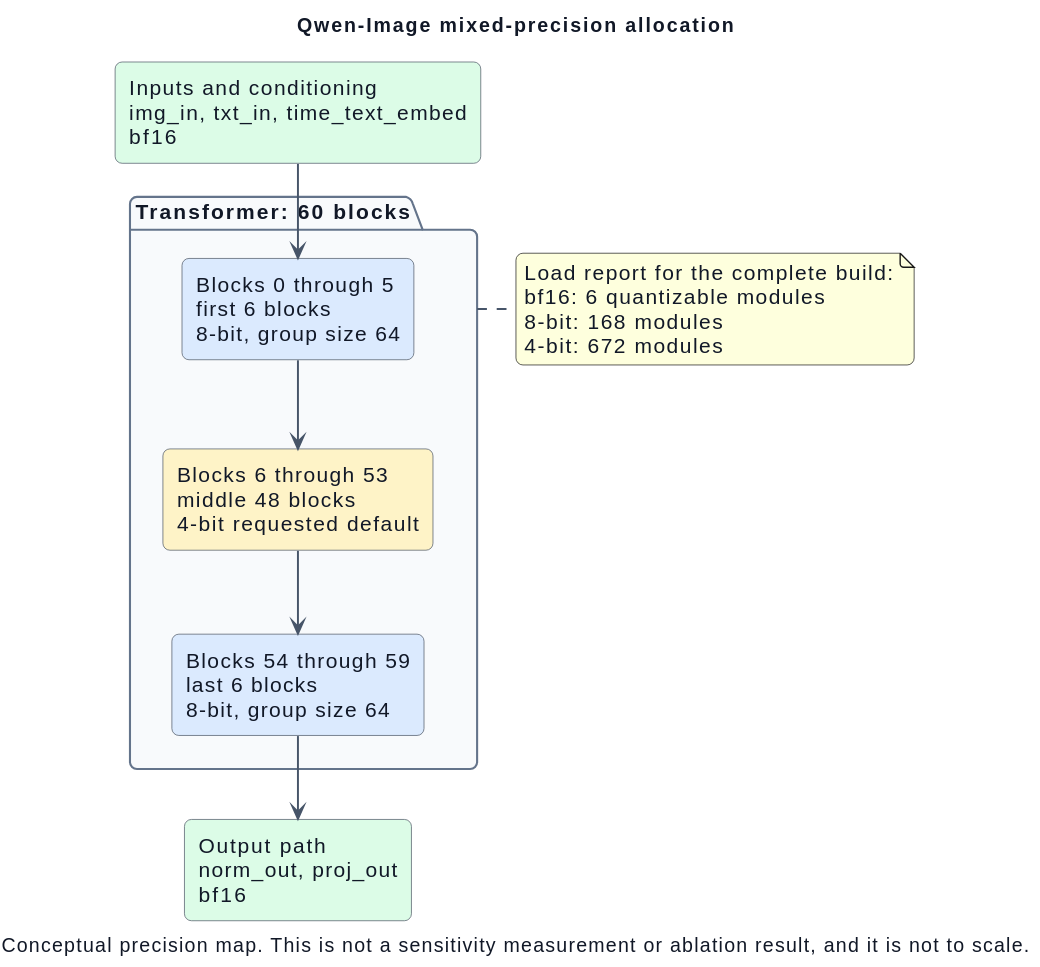
This is docs/papers/diagrams/qwen-image-mixed-precision-allocation.svg from IonDen/mlx-teacache, a PlantUML export, as it was before one commit.
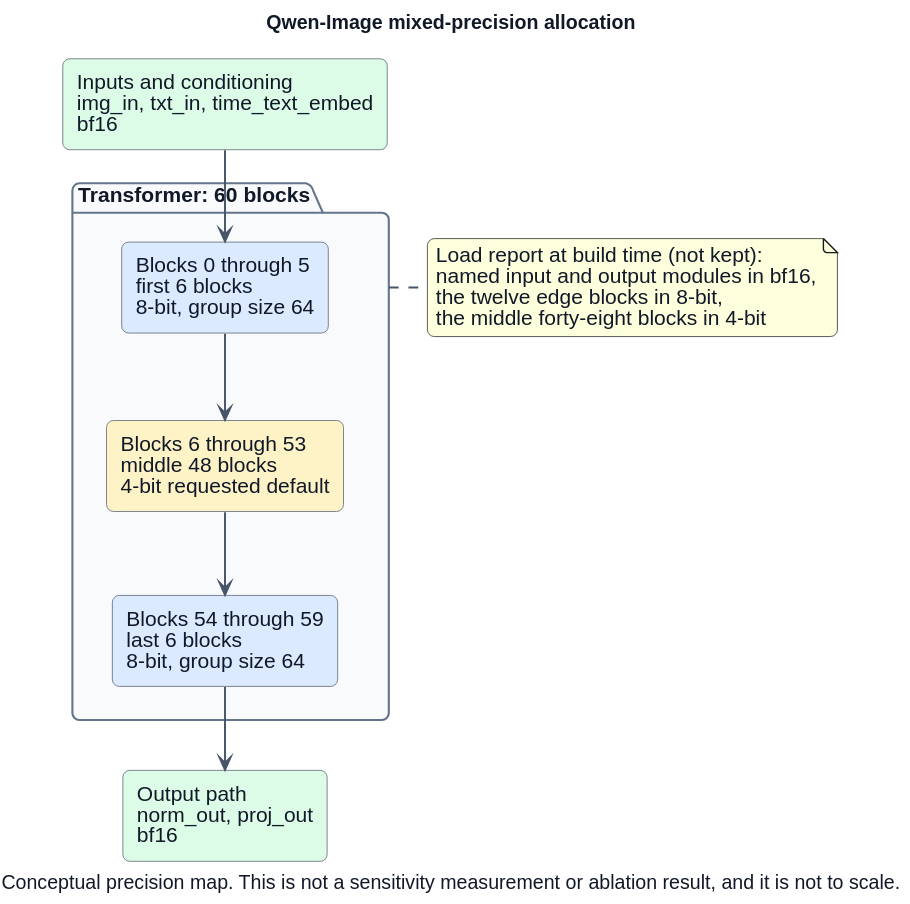
The same file after the commit.

Commit message:
Withdraw the memory-cost figure in the Qwen-Image paper and date the recipe

The paper now gives the two published peak reports, which are not a controlled pair, and says that on mflux 0.24 the snippet does not rebuild the tested model.

The edit, as a diff of the source:
```diff
@@ -39,10 +39,10 @@
 last -down-> output
 
 note right of transformer
-  Load report for the complete build:
-  bf16: 6 quantizable modules
-  8-bit: 168 modules
-  4-bit: 672 modules
+  Load report at build time (not kept):
+  named input and output modules in bf16,
+  the twelve edge blocks in 8-bit,
+  the middle forty-eight blocks in 4-bit
 end note
 
 caption Conceptual precision map. This is not a sensitivity measurement or ablation result, and it is not to scale.
```
